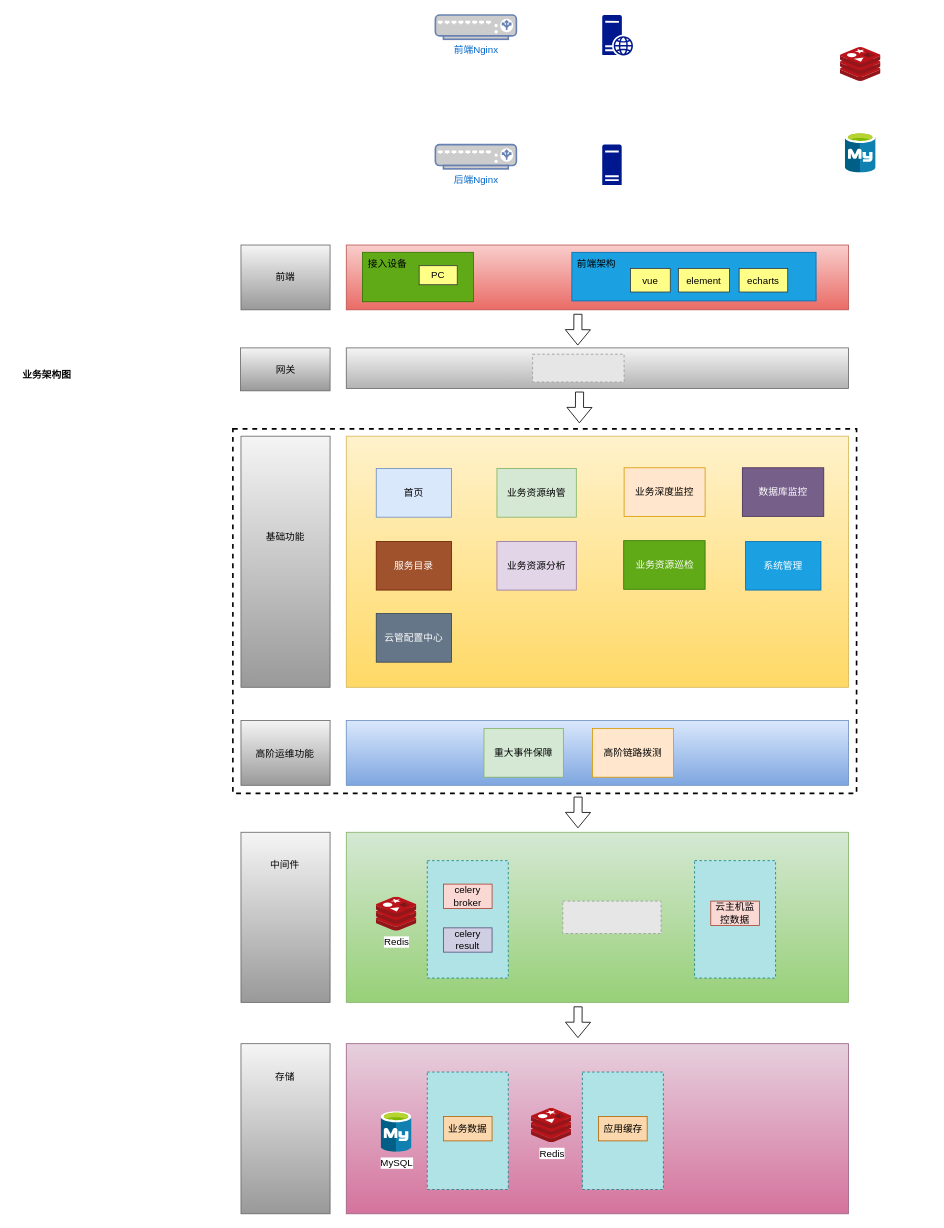
Before: 云管家.drawio in WilliamWanCN/WilliamWanCN.github.io, a draw.io diagram. Source tidied: cells renumbered, new cells numbered last; positions are measured from the earlier drawing's top-left corner, leaving out a move shared by most shapes. Both pictures are drawn from the tidied source at 81%, with x=0, y=0 at pixel (14, 15). Pictures stored in the file or linked from it are replaced by grey dashed boxes.
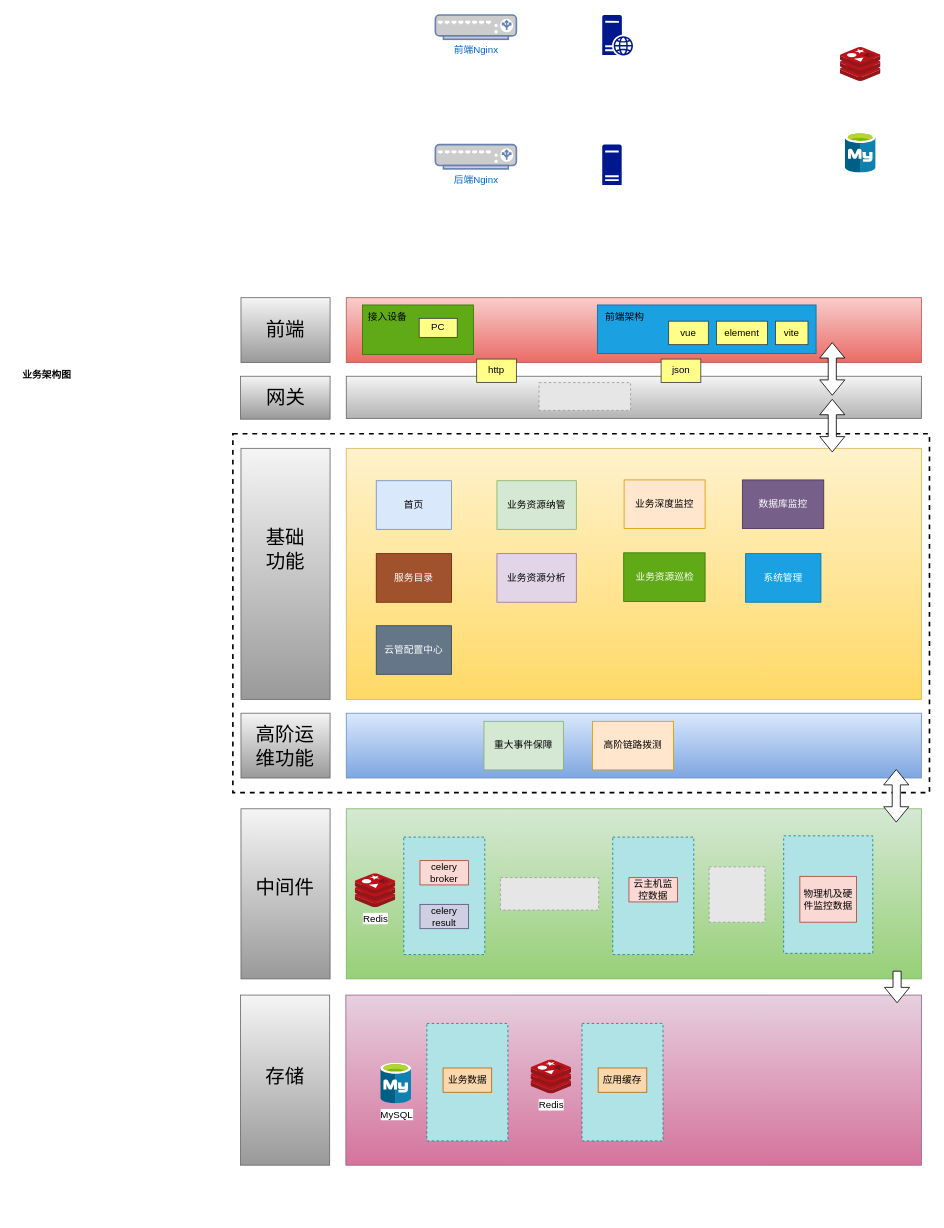
The same page after the edit.

Commit message (it also covers changes not shown here):
更新云管家.drawio

Change to the diagram source:
```diff
@@
     <mxCell id="2" style="rounded=0;whiteSpace=wrap;html=1;fillColor=#d5e8d4;gradientColor=#97d077;strokeColor=#82b366;" parent="1" vertex="1">
-      <mxGeometry x="410" y="1009" width="620" height="210" as="geometry" />
+      <mxGeometry x="410" y="980" width="710" height="210" as="geometry" />
     </mxCell>
     <mxCell id="3" style="rounded=0;whiteSpace=wrap;html=1;dashed=1;strokeWidth=2;" parent="1" vertex="1">
-      <mxGeometry x="270" y="511" width="770" height="450" as="geometry" />
+      <mxGeometry x="270" y="517" width="860" height="443" as="geometry" />
     </mxCell>
     <mxCell id="4" style="rounded=0;whiteSpace=wrap;html=1;fillColor=#fff2cc;gradientColor=#ffd966;strokeColor=#d6b656;" parent="1" vertex="1">
-      <mxGeometry x="410" y="520" width="620" height="310" as="geometry" />
+      <mxGeometry x="410" y="535" width="710" height="310" as="geometry" />
     </mxCell>
-    <mxCell id="5" value="前端" style="rounded=0;whiteSpace=wrap;html=1;fillColor=#f5f5f5;strokeColor=#666666;gradientColor=#999999;" parent="1" vertex="1">
-      <mxGeometry x="280" y="284" width="110" height="80" as="geometry" />
+    <mxCell id="5" value="&lt;font style=&quot;font-size: 24px;&quot;&gt;前端&lt;/font&gt;" style="rounded=0;whiteSpace=wrap;html=1;fillColor=#f5f5f5;strokeColor=#666666;gradientColor=#999999;" parent="1" vertex="1">
+      <mxGeometry x="280" y="349" width="110" height="80" as="geometry" />
     </mxCell>
     <mxCell id="6" style="rounded=0;whiteSpace=wrap;html=1;fillColor=#f5f5f5;gradientColor=#999999;strokeColor=#666666;" parent="1" vertex="1">
-      <mxGeometry x="280" y="871" width="110" height="80" as="geometry" />
+      <mxGeometry x="280" y="862" width="110" height="80" as="geometry" />
     </mxCell>
     <mxCell id="7" style="rounded=0;whiteSpace=wrap;html=1;fillColor=#f5f5f5;gradientColor=#999999;strokeColor=#666666;" parent="1" vertex="1">
-      <mxGeometry x="280" y="520" width="110" height="310" as="geometry" />
+      <mxGeometry x="280" y="535" width="110" height="310" as="geometry" />
     </mxCell>
@@
     <mxCell id="15" style="rounded=0;whiteSpace=wrap;html=1;fillColor=#f8cecc;gradientColor=#ea6b66;strokeColor=#b85450;" parent="1" vertex="1">
-      <mxGeometry x="410" y="284" width="620" height="80" as="geometry" />
+      <mxGeometry x="410" y="349" width="710" height="80" as="geometry" />
     </mxCell>
     <mxCell id="16" style="rounded=0;whiteSpace=wrap;html=1;fillColor=#dae8fc;gradientColor=#7ea6e0;strokeColor=#6c8ebf;" parent="1" vertex="1">
-      <mxGeometry x="410" y="871" width="620" height="80" as="geometry" />
+      <mxGeometry x="410" y="862" width="710" height="80" as="geometry" />
     </mxCell>
-    <mxCell id="17" value="基础功能" style="text;html=1;strokeColor=none;fillColor=none;align=center;verticalAlign=middle;whiteSpace=wrap;rounded=0;" parent="1" vertex="1">
-      <mxGeometry x="304.5" y="630" width="60" height="30" as="geometry" />
+    <mxCell id="17" value="&lt;font style=&quot;font-size: 24px;&quot;&gt;基础功能&lt;/font&gt;" style="text;html=1;strokeColor=none;fillColor=none;align=center;verticalAlign=middle;whiteSpace=wrap;rounded=0;" parent="1" vertex="1">
+      <mxGeometry x="304.5" y="645" width="60" height="30" as="geometry" />
     </mxCell>
-    <mxCell id="18" value="高阶运维功能" style="text;html=1;strokeColor=none;fillColor=none;align=center;verticalAlign=middle;whiteSpace=wrap;rounded=0;" parent="1" vertex="1">
-      <mxGeometry x="297" y="894" width="75" height="35" as="geometry" />
+    <mxCell id="18" value="&lt;font style=&quot;font-size: 24px;&quot;&gt;高阶运维功能&lt;/font&gt;" style="text;html=1;strokeColor=none;fillColor=none;align=center;verticalAlign=middle;whiteSpace=wrap;rounded=0;" parent="1" vertex="1">
+      <mxGeometry x="297" y="885" width="75" height="35" as="geometry" />
     </mxCell>
     <mxCell id="19" value="首页" style="rounded=0;whiteSpace=wrap;html=1;fillColor=#dae8fc;strokeColor=#6c8ebf;" parent="1" vertex="1">
-      <mxGeometry x="447" y="560" width="93" height="60" as="geometry" />
+      <mxGeometry x="447" y="575" width="93" height="60" as="geometry" />
     </mxCell>
     <mxCell id="20" value="服务目录" style="rounded=0;whiteSpace=wrap;html=1;fillColor=#a0522d;strokeColor=#6D1F00;fontColor=#ffffff;" parent="1" vertex="1">
-      <mxGeometry x="447" y="650" width="93" height="60" as="geometry" />
+      <mxGeometry x="447" y="665" width="93" height="60" as="geometry" />
     </mxCell>
     <mxCell id="21" value="业务资源纳管" style="rounded=0;whiteSpace=wrap;html=1;fillColor=#d5e8d4;strokeColor=#82b366;" parent="1" vertex="1">
-      <mxGeometry x="596" y="560" width="98" height="60" as="geometry" />
+      <mxGeometry x="596" y="575" width="98" height="60" as="geometry" />
     </mxCell>
     <mxCell id="22" value="业务资源分析" style="rounded=0;whiteSpace=wrap;html=1;fillColor=#e1d5e7;strokeColor=#9673a6;" parent="1" vertex="1">
-      <mxGeometry x="596" y="650" width="98" height="60" as="geometry" />
+      <mxGeometry x="596" y="665" width="98" height="60" as="geometry" />
     </mxCell>
     <mxCell id="23" value="业务深度监控" style="rounded=0;whiteSpace=wrap;html=1;fillColor=#ffe6cc;strokeColor=#d79b00;" parent="1" vertex="1">
-      <mxGeometry x="753" y="559" width="100" height="60" as="geometry" />
+      <mxGeometry x="753" y="574" width="100" height="60" as="geometry" />
     </mxCell>
     <mxCell id="24" value="业务资源巡检" style="rounded=0;whiteSpace=wrap;html=1;fillColor=#60a917;fontColor=#ffffff;strokeColor=#2D7600;" parent="1" vertex="1">
-      <mxGeometry x="752.5" y="649" width="100.5" height="60" as="geometry" />
+      <mxGeometry x="752.5" y="664" width="100.5" height="60" as="geometry" />
     </mxCell>
     <mxCell id="25" value="系统管理" style="rounded=0;whiteSpace=wrap;html=1;fillColor=#1ba1e2;fontColor=#ffffff;strokeColor=#006EAF;" parent="1" vertex="1">
-      <mxGeometry x="903" y="650" width="93" height="60" as="geometry" />
+      <mxGeometry x="903" y="665" width="93" height="60" as="geometry" />
     </mxCell>
     <mxCell id="26" value="重大事件保障" style="rounded=0;whiteSpace=wrap;html=1;fillColor=#d5e8d4;strokeColor=#82b366;" parent="1" vertex="1">
-      <mxGeometry x="580" y="881" width="98" height="60" as="geometry" />
+      <mxGeometry x="580" y="872" width="98" height="60" as="geometry" />
     </mxCell>
     <mxCell id="27" value="高阶链路拨测" style="rounded=0;whiteSpace=wrap;html=1;fillColor=#ffe6cc;strokeColor=#d79b00;" parent="1" vertex="1">
-      <mxGeometry x="714" y="881" width="100" height="60" as="geometry" />
+      <mxGeometry x="714" y="872" width="100" height="60" as="geometry" />
     </mxCell>
     <mxCell id="28" value="数据库监控" style="rounded=0;whiteSpace=wrap;html=1;fillColor=#76608a;fontColor=#ffffff;strokeColor=#432D57;" parent="1" vertex="1">
-      <mxGeometry x="899" y="559" width="100.5" height="60" as="geometry" />
+      <mxGeometry x="899" y="574" width="100.5" height="60" as="geometry" />
     </mxCell>
     <mxCell id="29" value="云管配置中心" style="rounded=0;whiteSpace=wrap;html=1;fillColor=#647687;strokeColor=#314354;fontColor=#ffffff;" parent="1" vertex="1">
-      <mxGeometry x="447" y="739" width="93" height="60" as="geometry" />
+      <mxGeometry x="447" y="754" width="93" height="60" as="geometry" />
     </mxCell>
     <mxCell id="30" style="rounded=0;whiteSpace=wrap;html=1;fillColor=#f5f5f5;gradientColor=#999999;strokeColor=#666666;" parent="1" vertex="1">
-      <mxGeometry x="280" y="1009" width="110" height="210" as="geometry" />
+      <mxGeometry x="280" y="980" width="110" height="210" as="geometry" />
     </mxCell>
-    <mxCell id="31" value="中间件" style="text;html=1;strokeColor=none;fillColor=none;align=center;verticalAlign=middle;whiteSpace=wrap;rounded=0;" parent="1" vertex="1">
-      <mxGeometry x="297" y="1032" width="75" height="35" as="geometry" />
+    <mxCell id="31" value="&lt;font style=&quot;font-size: 24px;&quot;&gt;中间件&lt;/font&gt;" style="text;html=1;strokeColor=none;fillColor=none;align=center;verticalAlign=middle;whiteSpace=wrap;rounded=0;" parent="1" vertex="1">
+      <mxGeometry x="297" y="1060" width="75" height="35" as="geometry" />
     </mxCell>
     <mxCell id="32" value="Redis" style="image;sketch=0;html=1;align=center;fontSize=12;image=img/lib/mscae/Cache_Redis_Product.svg;" parent="1" vertex="1">
-      <mxGeometry x="447" y="1089" width="50" height="42" as="geometry" />
+      <mxGeometry x="421" y="1060" width="50" height="42" as="geometry" />
     </mxCell>
     <mxCell id="33" style="rounded=0;whiteSpace=wrap;html=1;dashed=1;fillColor=#b0e3e6;strokeColor=#0e8088;" parent="1" vertex="1">
-      <mxGeometry x="510" y="1044" width="100" height="145" as="geometry" />
+      <mxGeometry x="481" y="1015" width="100" height="145" as="geometry" />
     </mxCell>
     <mxCell id="34" value="celery broker" style="rounded=0;whiteSpace=wrap;html=1;fillColor=#fad9d5;strokeColor=#ae4132;" parent="1" vertex="1">
-      <mxGeometry x="530" y="1073" width="60" height="30" as="geometry" />
+      <mxGeometry x="501" y="1044" width="60" height="30" as="geometry" />
     </mxCell>
     <mxCell id="35" value="celery result" style="rounded=0;whiteSpace=wrap;html=1;fillColor=#d0cee2;strokeColor=#56517e;" parent="1" vertex="1">
-      <mxGeometry x="530" y="1127" width="60" height="30" as="geometry" />
+      <mxGeometry x="501" y="1098" width="60" height="30" as="geometry" />
     </mxCell>
     <mxCell id="36" style="rounded=0;whiteSpace=wrap;html=1;fillColor=#e6d0de;gradientColor=#d5739d;strokeColor=#996185;" parent="1" vertex="1">
-      <mxGeometry x="410" y="1270" width="620" height="210" as="geometry" />
+      <mxGeometry x="409.5" y="1210" width="710.5" height="210" as="geometry" />
     </mxCell>
     <mxCell id="37" style="rounded=0;whiteSpace=wrap;html=1;fillColor=#f5f5f5;gradientColor=#999999;strokeColor=#666666;" parent="1" vertex="1">
-      <mxGeometry x="280" y="1270" width="110" height="210" as="geometry" />
+      <mxGeometry x="279.5" y="1210" width="110" height="210" as="geometry" />
     </mxCell>
-    <mxCell id="38" value="存储" style="text;html=1;strokeColor=none;fillColor=none;align=center;verticalAlign=middle;whiteSpace=wrap;rounded=0;" parent="1" vertex="1">
-      <mxGeometry x="297" y="1293" width="75" height="35" as="geometry" />
+    <mxCell id="38" value="&lt;font style=&quot;font-size: 24px;&quot;&gt;存储&lt;/font&gt;" style="text;html=1;strokeColor=none;fillColor=none;align=center;verticalAlign=middle;whiteSpace=wrap;rounded=0;" parent="1" vertex="1">
+      <mxGeometry x="297" y="1293.5" width="75" height="35" as="geometry" />
     </mxCell>
     <mxCell id="39" style="rounded=0;whiteSpace=wrap;html=1;dashed=1;fillColor=#b0e3e6;strokeColor=#0e8088;" parent="1" vertex="1">
-      <mxGeometry x="510" y="1305" width="100" height="145" as="geometry" />
+      <mxGeometry x="509.5" y="1245" width="100" height="145" as="geometry" />
     </mxCell>
     <mxCell id="40" value="MySQL" style="image;sketch=0;html=1;align=center;fontSize=12;image=img/lib/mscae/Azure_Database_for_MySQL_servers.svg;" parent="1" vertex="1">
-      <mxGeometry x="453" y="1354" width="38" height="50" as="geometry" />
+      <mxGeometry x="452.5" y="1294" width="38" height="50" as="geometry" />
     </mxCell>
     <mxCell id="41" value="Redis" style="image;sketch=0;html=1;align=center;fontSize=12;image=img/lib/mscae/Cache_Redis_Product.svg;" parent="1" vertex="1">
-      <mxGeometry x="638.5" y="1350" width="50" height="42" as="geometry" />
+      <mxGeometry x="638" y="1290" width="50" height="42" as="geometry" />
     </mxCell>
     <mxCell id="42" style="rounded=0;whiteSpace=wrap;html=1;dashed=1;fillColor=#b0e3e6;strokeColor=#0e8088;" parent="1" vertex="1">
-      <mxGeometry x="701.5" y="1305" width="100" height="145" as="geometry" />
+      <mxGeometry x="701" y="1245" width="100" height="145" as="geometry" />
     </mxCell>
     <mxCell id="43" value="应用缓存" style="rounded=0;whiteSpace=wrap;html=1;fillColor=#fad7ac;strokeColor=#b46504;" parent="1" vertex="1">
-      <mxGeometry x="721.5" y="1360" width="60" height="30" as="geometry" />
+      <mxGeometry x="721" y="1300" width="60" height="30" as="geometry" />
     </mxCell>
     <mxCell id="44" value="业务数据" style="rounded=0;whiteSpace=wrap;html=1;fillColor=#fad7ac;strokeColor=#b46504;" parent="1" vertex="1">
-      <mxGeometry x="530" y="1360" width="60" height="30" as="geometry" />
+      <mxGeometry x="529.5" y="1300" width="60" height="30" as="geometry" />
     </mxCell>
     <mxCell id="45" style="fillColor=#E6E6E6;strokeColor=#999999;dashed=1;verticalLabelPosition=bottom;labelBackgroundColor=default;verticalAlign=top;" parent="1" vertex="1">
-      <mxGeometry x="677.3" y="1094" width="121.3" height="40" as="geometry" />
+      <mxGeometry x="600.3" y="1065" width="121.3" height="40" as="geometry" />
     </mxCell>
     <mxCell id="46" style="rounded=0;whiteSpace=wrap;html=1;dashed=1;fillColor=#b0e3e6;strokeColor=#0e8088;" parent="1" vertex="1">
-      <mxGeometry x="840" y="1044" width="100" height="145" as="geometry" />
+      <mxGeometry x="739" y="1015" width="100" height="145" as="geometry" />
     </mxCell>
     <mxCell id="47" value="云主机监控数据" style="rounded=0;whiteSpace=wrap;html=1;fillColor=#fad9d5;strokeColor=#ae4132;" parent="1" vertex="1">
-      <mxGeometry x="860" y="1094" width="60" height="30" as="geometry" />
+      <mxGeometry x="759" y="1065" width="60" height="30" as="geometry" />
     </mxCell>
     <mxCell id="48" style="rounded=0;whiteSpace=wrap;html=1;fillColor=#f5f5f5;gradientColor=#b3b3b3;strokeColor=#666666;" parent="1" vertex="1">
-      <mxGeometry x="410" y="411" width="620" height="50" as="geometry" />
+      <mxGeometry x="410" y="446" width="710" height="52" as="geometry" />
     </mxCell>
-    <mxCell id="49" value="网关" style="rounded=0;whiteSpace=wrap;html=1;fillColor=#f5f5f5;strokeColor=#666666;gradientColor=#999999;" parent="1" vertex="1">
-      <mxGeometry x="279.5" y="411" width="110.5" height="53" as="geometry" />
+    <mxCell id="49" value="&lt;font style=&quot;font-size: 24px;&quot;&gt;网关&lt;/font&gt;" style="rounded=0;whiteSpace=wrap;html=1;fillColor=#f5f5f5;strokeColor=#666666;gradientColor=#999999;" parent="1" vertex="1">
+      <mxGeometry x="279.5" y="446" width="110.5" height="53" as="geometry" />
     </mxCell>
     <mxCell id="50" style="rounded=0;whiteSpace=wrap;html=1;fillColor=#60a917;fontColor=#ffffff;strokeColor=#2D7600;" parent="1" vertex="1">
-      <mxGeometry x="430" y="293" width="137" height="61" as="geometry" />
+      <mxGeometry x="430" y="358" width="137" height="61" as="geometry" />
     </mxCell>
     <mxCell id="51" value="PC" style="rounded=0;whiteSpace=wrap;html=1;fillColor=#ffff88;strokeColor=#36393d;" parent="1" vertex="1">
-      <mxGeometry x="500" y="309.5" width="47" height="23.5" as="geometry" />
+      <mxGeometry x="500" y="374.5" width="47" height="23.5" as="geometry" />
     </mxCell>
     <mxCell id="52" value="接入设备" style="text;html=1;strokeColor=none;fillColor=none;align=center;verticalAlign=middle;whiteSpace=wrap;rounded=0;" parent="1" vertex="1">
-      <mxGeometry x="431" y="293" width="60" height="30" as="geometry" />
+      <mxGeometry x="431" y="358" width="60" height="30" as="geometry" />
     </mxCell>
     <mxCell id="53" style="rounded=0;whiteSpace=wrap;html=1;fillColor=#1ba1e2;fontColor=#ffffff;strokeColor=#006EAF;" parent="1" vertex="1">
-      <mxGeometry x="688.5" y="293" width="301.5" height="60" as="geometry" />
+      <mxGeometry x="720" y="358" width="270" height="60" as="geometry" />
     </mxCell>
     <mxCell id="54" value="vue" style="rounded=0;whiteSpace=wrap;html=1;fillColor=#ffff88;strokeColor=#36393d;" parent="1" vertex="1">
-      <mxGeometry x="761" y="313" width="49" height="29" as="geometry" />
+      <mxGeometry x="808" y="378" width="49" height="29" as="geometry" />
     </mxCell>
     <mxCell id="55" value="element" style="rounded=0;whiteSpace=wrap;html=1;fillColor=#ffff88;strokeColor=#36393d;" parent="1" vertex="1">
-      <mxGeometry x="820" y="313" width="63" height="29" as="geometry" />
+      <mxGeometry x="867" y="378" width="63" height="29" as="geometry" />
     </mxCell>
-    <mxCell id="56" value="echarts" style="rounded=0;whiteSpace=wrap;html=1;fillColor=#ffff88;strokeColor=#36393d;" parent="1" vertex="1">
-      <mxGeometry x="895" y="313" width="60" height="29" as="geometry" />
-    </mxCell>
     <mxCell id="57" value="前端架构" style="text;html=1;strokeColor=none;fillColor=none;align=center;verticalAlign=middle;whiteSpace=wrap;rounded=0;" parent="1" vertex="1">
-      <mxGeometry x="688.5" y="293" width="60" height="30" as="geometry" />
+      <mxGeometry x="723.5" y="358" width="60" height="30" as="geometry" />
     </mxCell>
     <mxCell id="58" style="fillColor=#E6E6E6;strokeColor=#999999;dashed=1;verticalLabelPosition=bottom;labelBackgroundColor=default;verticalAlign=top;" parent="1" vertex="1">
-      <mxGeometry x="640" y="418.8" width="113" height="34.3" as="geometry" />
+      <mxGeometry x="648" y="453.8" width="113" height="34.3" as="geometry" />
     </mxCell>
-    <mxCell id="59" style="shape=flexArrow;endArrow=classic;html=1;rounded=0;entryX=0.461;entryY=-0.08;entryDx=0;entryDy=0;entryPerimeter=0;" parent="1" edge="1">
-      <mxGeometry relative="1" as="geometry">
-        <mxPoint x="696" y="369" as="sourcePoint" />
-        <mxPoint x="695.8" y="408" as="targetPoint" />
-      </mxGeometry>
-    </mxCell>
-    <mxCell id="60" style="shape=flexArrow;endArrow=classic;html=1;rounded=0;entryX=0.461;entryY=-0.08;entryDx=0;entryDy=0;entryPerimeter=0;" parent="1" edge="1">
-      <mxGeometry relative="1" as="geometry">
-        <mxPoint x="698" y="465" as="sourcePoint" />
-        <mxPoint x="697.8" y="504" as="targetPoint" />
-      </mxGeometry>
-    </mxCell>
-    <mxCell id="61" style="shape=flexArrow;endArrow=classic;html=1;rounded=0;entryX=0.461;entryY=-0.08;entryDx=0;entryDy=0;entryPerimeter=0;" parent="1" edge="1">
-      <mxGeometry relative="1" as="geometry">
-        <mxPoint x="696.2" y="965" as="sourcePoint" />
-        <mxPoint x="696" y="1004" as="targetPoint" />
-      </mxGeometry>
-    </mxCell>
-    <mxCell id="62" style="shape=flexArrow;endArrow=classic;html=1;rounded=0;entryX=0.461;entryY=-0.08;entryDx=0;entryDy=0;entryPerimeter=0;" parent="1" edge="1">
-      <mxGeometry relative="1" as="geometry">
-        <mxPoint x="696.2" y="1224" as="sourcePoint" />
-        <mxPoint x="696" y="1263" as="targetPoint" />
-      </mxGeometry>
-    </mxCell>
+    <mxCell id="63" style="shape=flexArrow;endArrow=classic;startArrow=classic;html=1;rounded=0;fillColor=default;" parent="1" edge="1">
+      <mxGeometry relative="1" as="geometry">
+        <mxPoint x="1010" y="470" as="sourcePoint" />
+        <mxPoint x="1010" y="404" as="targetPoint" />
+      </mxGeometry>
+    </mxCell>
+    <mxCell id="64" value="vite" style="rounded=0;whiteSpace=wrap;html=1;fillColor=#ffff88;strokeColor=#36393d;" parent="1" vertex="1">
+      <mxGeometry x="940" y="378" width="40" height="29" as="geometry" />
+    </mxCell>
+    <mxCell id="65" style="shape=flexArrow;endArrow=classic;startArrow=classic;html=1;rounded=0;fillColor=default;" parent="1" edge="1">
+      <mxGeometry relative="1" as="geometry">
+        <mxPoint x="1010" y="540" as="sourcePoint" />
+        <mxPoint x="1010" y="474" as="targetPoint" />
+      </mxGeometry>
+    </mxCell>
+    <mxCell id="66" value="http" style="rounded=0;whiteSpace=wrap;html=1;fillColor=#ffff88;strokeColor=#36393d;" parent="1" vertex="1">
+      <mxGeometry x="571" y="424.8" width="49" height="29" as="geometry" />
+    </mxCell>
+    <mxCell id="67" value="json" style="rounded=0;whiteSpace=wrap;html=1;fillColor=#ffff88;strokeColor=#36393d;" parent="1" vertex="1">
+      <mxGeometry x="798.7" y="424.8" width="49" height="29" as="geometry" />
+    </mxCell>
+    <mxCell id="68" style="shape=flexArrow;endArrow=classic;startArrow=classic;html=1;rounded=0;fillColor=default;" parent="1" edge="1">
+      <mxGeometry relative="1" as="geometry">
+        <mxPoint x="1089" y="997" as="sourcePoint" />
+        <mxPoint x="1089" y="931" as="targetPoint" />
+      </mxGeometry>
+    </mxCell>
+    <mxCell id="69" style="fillColor=#E6E6E6;strokeColor=#999999;dashed=1;verticalLabelPosition=bottom;labelBackgroundColor=default;verticalAlign=top;" parent="1" vertex="1">
+      <mxGeometry x="858" y="1051.7" width="68.9" height="68.3" as="geometry" />
+    </mxCell>
+    <mxCell id="70" style="rounded=0;whiteSpace=wrap;html=1;dashed=1;fillColor=#b0e3e6;strokeColor=#0e8088;" parent="1" vertex="1">
+      <mxGeometry x="950" y="1013.4" width="110" height="145" as="geometry" />
+    </mxCell>
+    <mxCell id="71" value="物理机及硬件监控数据" style="rounded=0;whiteSpace=wrap;html=1;fillColor=#fad9d5;strokeColor=#ae4132;" parent="1" vertex="1">
+      <mxGeometry x="970" y="1063.4" width="70" height="56.6" as="geometry" />
+    </mxCell>
+    <mxCell id="72" style="shape=flexArrow;endArrow=classic;html=1;rounded=0;fillColor=default;" parent="1" edge="1">
+      <mxGeometry relative="1" as="geometry">
+        <mxPoint x="1090" y="1180" as="sourcePoint" />
+        <mxPoint x="1090" y="1220" as="targetPoint" />
+      </mxGeometry>
+    </mxCell>
```
